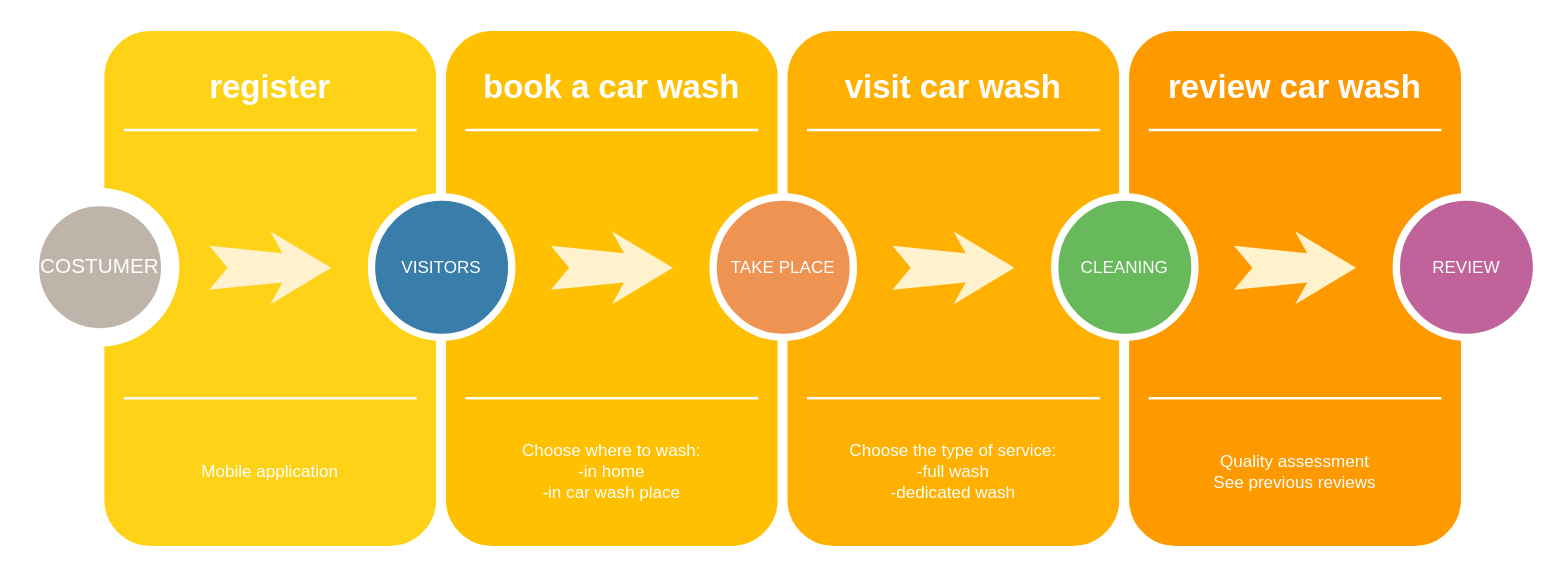
Before: framework.drawio in AnasBawazir/CarWashingStation, a draw.io diagram. Source tidied: cells renumbered, new cells numbered last; positions are measured from the earlier drawing's top-left corner, leaving out a move shared by most shapes. Both pictures are drawn from the tidied source at 122%, with x=0, y=0 at pixel (29, 26).
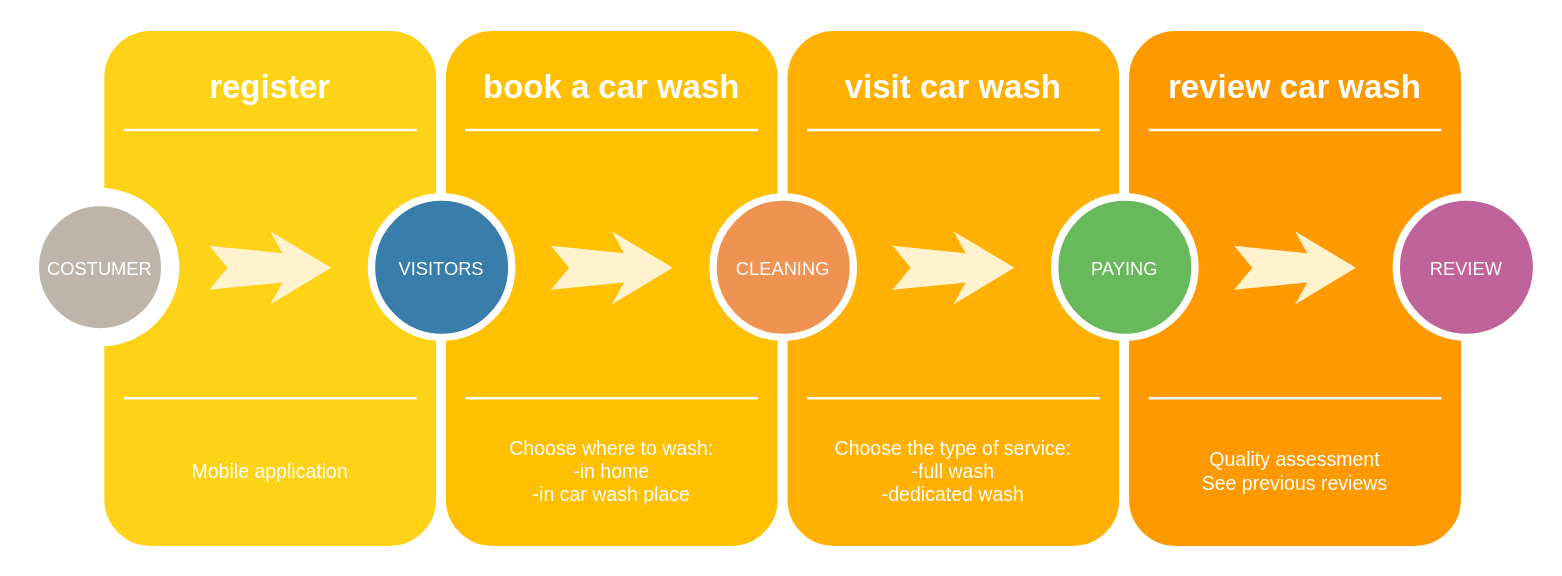
Above is the later version.

Change to the diagram source:
```diff
@@
-    <mxCell id="4" value="Mobile application" style="text;html=1;strokeColor=none;fillColor=none;align=center;verticalAlign=middle;whiteSpace=wrap;rounded=0;shadow=0;fontSize=14;fontColor=#FFFFFF;" parent="1" vertex="1">
+    <mxCell id="4" value="&lt;font style=&quot;font-size: 16px&quot;&gt;Mobile application&lt;/font&gt;" style="text;html=1;strokeColor=none;fillColor=none;align=center;verticalAlign=middle;whiteSpace=wrap;rounded=0;shadow=0;fontSize=14;fontColor=#FFFFFF;" parent="1" vertex="1">
       <mxGeometry x="57" y="320" width="280" height="90" as="geometry" />
     </mxCell>
@@
-    <mxCell id="7" value="&lt;font style=&quot;font-size: 17px&quot;&gt;COSTUMER&lt;/font&gt;" style="ellipse;whiteSpace=wrap;html=1;rounded=0;shadow=0;strokeWidth=15;fontSize=14;align=center;fillColor=#BFB4A9;strokeColor=#FFFFFF;fontColor=#FFFFFF;" parent="1" vertex="1">
+    <mxCell id="7" value="&lt;font style=&quot;font-size: 15px&quot;&gt;COSTUMER&lt;/font&gt;" style="ellipse;whiteSpace=wrap;html=1;rounded=0;shadow=0;strokeWidth=15;fontSize=14;align=center;fillColor=#BFB4A9;strokeColor=#FFFFFF;fontColor=#FFFFFF;" parent="1" vertex="1">
       <mxGeometry y="140" width="115" height="115" as="geometry" />
     </mxCell>
@@
-    <mxCell id="11" value="Choose where to wash:&lt;div&gt;&lt;span&gt;-in home&lt;/span&gt;&lt;br&gt;&lt;/div&gt;&lt;div&gt;-in car wash place&lt;/div&gt;" style="text;html=1;strokeColor=none;fillColor=none;align=center;verticalAlign=middle;whiteSpace=wrap;rounded=0;shadow=0;fontSize=14;fontColor=#FFFFFF;" parent="1" vertex="1">
+    <mxCell id="11" value="&lt;font style=&quot;font-size: 16px&quot;&gt;Choose where to wash:&lt;/font&gt;&lt;div style=&quot;font-size: 16px&quot;&gt;&lt;font style=&quot;font-size: 16px&quot;&gt;&lt;span&gt;-in home&lt;/span&gt;&lt;br&gt;&lt;/font&gt;&lt;/div&gt;&lt;div style=&quot;font-size: 16px&quot;&gt;&lt;font style=&quot;font-size: 16px&quot;&gt;-in car wash place&lt;/font&gt;&lt;/div&gt;" style="text;html=1;strokeColor=none;fillColor=none;align=center;verticalAlign=middle;whiteSpace=wrap;rounded=0;shadow=0;fontSize=14;fontColor=#FFFFFF;" parent="1" vertex="1">
       <mxGeometry x="337" y="320" width="280" height="90" as="geometry" />
     </mxCell>
@@
-    <mxCell id="14" value="VISITORS" style="ellipse;whiteSpace=wrap;html=1;rounded=0;shadow=0;strokeWidth=6;fontSize=14;align=center;fillColor=#397DAA;strokeColor=#FFFFFF;fontColor=#FFFFFF;" parent="1" vertex="1">
+    <mxCell id="14" value="&lt;font style=&quot;font-size: 15px&quot;&gt;VISITORS&lt;/font&gt;" style="ellipse;whiteSpace=wrap;html=1;rounded=0;shadow=0;strokeWidth=6;fontSize=14;align=center;fillColor=#397DAA;strokeColor=#FFFFFF;fontColor=#FFFFFF;" parent="1" vertex="1">
       <mxGeometry x="280" y="140" width="115" height="115" as="geometry" />
     </mxCell>
@@
-    <mxCell id="18" value="Choose the type of service:&lt;br&gt;-full wash&lt;br&gt;-dedicated wash" style="text;html=1;strokeColor=none;fillColor=none;align=center;verticalAlign=middle;whiteSpace=wrap;rounded=0;shadow=0;fontSize=14;fontColor=#FFFFFF;" parent="1" vertex="1">
+    <mxCell id="18" value="&lt;font style=&quot;font-size: 16px&quot;&gt;Choose the type of service:&lt;br&gt;-full wash&lt;br&gt;-dedicated wash&lt;/font&gt;" style="text;html=1;strokeColor=none;fillColor=none;align=center;verticalAlign=middle;whiteSpace=wrap;rounded=0;shadow=0;fontSize=14;fontColor=#FFFFFF;" parent="1" vertex="1">
       <mxGeometry x="617" y="320" width="280" height="90" as="geometry" />
     </mxCell>
@@
-    <mxCell id="21" value="TAKE PLACE" style="ellipse;whiteSpace=wrap;html=1;rounded=0;shadow=0;strokeWidth=6;fontSize=14;align=center;fillColor=#EF9353;strokeColor=#FFFFFF;fontColor=#FFFFFF;" parent="1" vertex="1">
+    <mxCell id="21" value="&lt;font style=&quot;font-size: 15px&quot;&gt;CLEANING&lt;/font&gt;" style="ellipse;whiteSpace=wrap;html=1;rounded=0;shadow=0;strokeWidth=6;fontSize=14;align=center;fillColor=#EF9353;strokeColor=#FFFFFF;fontColor=#FFFFFF;" parent="1" vertex="1">
       <mxGeometry x="560" y="140" width="115" height="115" as="geometry" />
     </mxCell>
@@
-    <mxCell id="25" value="Quality assessment&lt;br&gt;See previous reviews" style="text;html=1;strokeColor=none;fillColor=none;align=center;verticalAlign=middle;whiteSpace=wrap;rounded=0;shadow=0;fontSize=14;fontColor=#FFFFFF;" parent="1" vertex="1">
+    <mxCell id="25" value="&lt;font style=&quot;font-size: 16px&quot;&gt;Quality assessment&lt;br&gt;See previous reviews&lt;/font&gt;" style="text;html=1;strokeColor=none;fillColor=none;align=center;verticalAlign=middle;whiteSpace=wrap;rounded=0;shadow=0;fontSize=14;fontColor=#FFFFFF;" parent="1" vertex="1">
       <mxGeometry x="897" y="320" width="280" height="90" as="geometry" />
     </mxCell>
@@
-    <mxCell id="28" value="CLEANING" style="ellipse;whiteSpace=wrap;html=1;rounded=0;shadow=0;strokeWidth=6;fontSize=14;align=center;fillColor=#68B85C;strokeColor=#FFFFFF;fontColor=#FFFFFF;" parent="1" vertex="1">
+    <mxCell id="28" value="&lt;font style=&quot;font-size: 15px&quot;&gt;PAYING&lt;/font&gt;" style="ellipse;whiteSpace=wrap;html=1;rounded=0;shadow=0;strokeWidth=6;fontSize=14;align=center;fillColor=#68B85C;strokeColor=#FFFFFF;fontColor=#FFFFFF;" parent="1" vertex="1">
       <mxGeometry x="840" y="140" width="115" height="115" as="geometry" />
     </mxCell>
@@
-    <mxCell id="30" value="REVIEW" style="ellipse;whiteSpace=wrap;html=1;rounded=0;shadow=0;strokeWidth=6;fontSize=14;align=center;fillColor=#BF639A;strokeColor=#FFFFFF;fontColor=#FFFFFF;" parent="1" vertex="1">
+    <mxCell id="30" value="&lt;font style=&quot;font-size: 15px&quot;&gt;REVIEW&lt;/font&gt;" style="ellipse;whiteSpace=wrap;html=1;rounded=0;shadow=0;strokeWidth=6;fontSize=14;align=center;fillColor=#BF639A;strokeColor=#FFFFFF;fontColor=#FFFFFF;" parent="1" vertex="1">
       <mxGeometry x="1120" y="140" width="115" height="115" as="geometry" />
     </mxCell>
```
